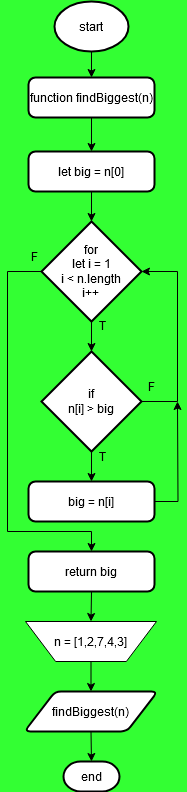
This is flowchart-diagram/find_the_biggest_algorithm.drawio.png from Destantomy/Dry-run-algorithm, a draw.io export, as it was before one commit. Source tidied: cells renumbered, new cells last; positions are measured from the earlier drawing's top-left corner, leaving out a move shared by most shapes. Its diagram source:
```xml
<mxGraphModel background="#33FF33">
  <root>
    <mxCell id="0" />
    <mxCell id="1" parent="0" />
    <mxCell id="2" style="edgeStyle=orthogonalEdgeStyle;rounded=0;jettySize=auto;html=1;exitX=0.5;exitY=1;exitDx=0;exitDy=0;exitPerimeter=0;entryX=0.5;entryY=0;entryDx=0;entryDy=0;" parent="1" edge="1" source="3" target="5">
      <mxGeometry relative="1" as="geometry" />
    </mxCell>
    <mxCell id="3" value="start" style="strokeWidth=2;html=1;shape=mxgraph.flowchart.start_1;whiteSpace=wrap;" parent="1" vertex="1">
      <mxGeometry x="47" width="74" height="50" as="geometry" />
    </mxCell>
    <mxCell id="4" style="edgeStyle=orthogonalEdgeStyle;rounded=0;jettySize=auto;html=1;exitX=0.5;exitY=1;exitDx=0;exitDy=0;entryX=0.5;entryY=0;entryDx=0;entryDy=0;" parent="1" edge="1" source="5" target="6">
      <mxGeometry relative="1" as="geometry" />
    </mxCell>
    <mxCell id="5" value="function findBiggest(n)" style="rounded=1;whiteSpace=wrap;html=1;absoluteArcSize=1;arcSize=14;strokeWidth=2;" parent="1" vertex="1">
      <mxGeometry x="21" y="76" width="126" height="40" as="geometry" />
    </mxCell>
    <mxCell id="6" value="let big = n[0]" style="rounded=1;whiteSpace=wrap;html=1;absoluteArcSize=1;arcSize=14;strokeWidth=2;" parent="1" vertex="1">
      <mxGeometry x="21" y="150" width="126" height="40" as="geometry" />
    </mxCell>
    <mxCell id="7" style="edgeStyle=orthogonalEdgeStyle;rounded=0;jettySize=auto;html=1;exitX=0;exitY=0.5;exitDx=0;exitDy=0;exitPerimeter=0;entryX=0.5;entryY=0;entryDx=0;entryDy=0;" parent="1" edge="1" source="8" target="14">
      <mxGeometry relative="1" as="geometry">
        <Array as="points">
          <mxPoint y="270" />
          <mxPoint y="530" />
          <mxPoint x="84" y="530" />
        </Array>
      </mxGeometry>
    </mxCell>
    <mxCell id="8" value="&lt;div&gt;for&lt;/div&gt;&lt;div&gt;let i = 1&lt;/div&gt;&lt;div&gt;i &amp;lt; n.length&lt;/div&gt;&lt;div&gt;i++&lt;br&gt;&lt;/div&gt;" style="strokeWidth=2;html=1;shape=mxgraph.flowchart.decision;whiteSpace=wrap;" parent="1" vertex="1">
      <mxGeometry x="34" y="220" width="100" height="100" as="geometry" />
    </mxCell>
    <mxCell id="9" style="edgeStyle=orthogonalEdgeStyle;rounded=0;jettySize=auto;html=1;exitX=0.5;exitY=1;exitDx=0;exitDy=0;exitPerimeter=0;entryX=0.5;entryY=0;entryDx=0;entryDy=0;" parent="1" edge="1" source="10" target="12">
      <mxGeometry relative="1" as="geometry" />
    </mxCell>
    <mxCell id="10" value="&lt;div&gt;if&lt;/div&gt;&lt;div&gt;n[i] &amp;gt; big&lt;br&gt;&lt;/div&gt;" style="strokeWidth=2;html=1;shape=mxgraph.flowchart.decision;whiteSpace=wrap;" parent="1" vertex="1">
      <mxGeometry x="34" y="350" width="100" height="100" as="geometry" />
    </mxCell>
    <mxCell id="11" style="edgeStyle=orthogonalEdgeStyle;rounded=0;jettySize=auto;html=1;exitX=1;exitY=0.5;exitDx=0;exitDy=0;" parent="1" edge="1" source="12">
      <mxGeometry relative="1" as="geometry">
        <mxPoint x="170" y="400" as="targetPoint" />
      </mxGeometry>
    </mxCell>
    <mxCell id="12" value="big = n[i]" style="rounded=1;whiteSpace=wrap;html=1;absoluteArcSize=1;arcSize=14;strokeWidth=2;" parent="1" vertex="1">
      <mxGeometry x="21" y="480" width="126" height="40" as="geometry" />
    </mxCell>
    <mxCell id="13" style="edgeStyle=orthogonalEdgeStyle;rounded=0;jettySize=auto;html=1;exitX=0.5;exitY=1;exitDx=0;exitDy=0;entryX=0.5;entryY=0;entryDx=0;entryDy=0;" parent="1" edge="1" source="14" target="16">
      <mxGeometry relative="1" as="geometry" />
    </mxCell>
    <mxCell id="14" value="return big" style="rounded=1;whiteSpace=wrap;html=1;absoluteArcSize=1;arcSize=14;strokeWidth=2;" parent="1" vertex="1">
      <mxGeometry x="21" y="550" width="126" height="40" as="geometry" />
    </mxCell>
    <mxCell id="15" style="edgeStyle=orthogonalEdgeStyle;rounded=0;jettySize=auto;html=1;exitX=0.5;exitY=1;exitDx=0;exitDy=0;entryX=0.5;entryY=0;entryDx=0;entryDy=0;" parent="1" edge="1" source="16" target="17">
      <mxGeometry relative="1" as="geometry" />
    </mxCell>
    <mxCell id="16" value="n = [1,2,7,4,3]" style="verticalLabelPosition=middle;verticalAlign=middle;html=1;shape=trapezoid;perimeter=trapezoidPerimeter;whiteSpace=wrap;size=0.23;arcSize=10;flipV=1;labelPosition=center;align=center;" parent="1" vertex="1">
      <mxGeometry x="18" y="620" width="131" height="40" as="geometry" />
    </mxCell>
    <mxCell id="17" value="findBiggest(n)" style="shape=parallelogram;html=1;strokeWidth=2;perimeter=parallelogramPerimeter;whiteSpace=wrap;rounded=1;arcSize=12;size=0.23;" parent="1" vertex="1">
      <mxGeometry x="17" y="690" width="133" height="40" as="geometry" />
    </mxCell>
    <mxCell id="18" value="end" style="strokeWidth=2;html=1;shape=mxgraph.flowchart.terminator;whiteSpace=wrap;" parent="1" vertex="1">
      <mxGeometry x="56" y="760" width="56" height="30" as="geometry" />
    </mxCell>
    <mxCell id="19" style="edgeStyle=orthogonalEdgeStyle;rounded=0;jettySize=auto;html=1;exitX=0.5;exitY=1;exitDx=0;exitDy=0;entryX=0.5;entryY=0;entryDx=0;entryDy=0;entryPerimeter=0;" parent="1" edge="1" source="6" target="8">
      <mxGeometry relative="1" as="geometry" />
    </mxCell>
    <mxCell id="20" style="edgeStyle=orthogonalEdgeStyle;rounded=0;jettySize=auto;html=1;exitX=0.5;exitY=1;exitDx=0;exitDy=0;exitPerimeter=0;entryX=0.5;entryY=0;entryDx=0;entryDy=0;entryPerimeter=0;" parent="1" edge="1" source="8" target="10">
      <mxGeometry relative="1" as="geometry" />
    </mxCell>
    <mxCell id="21" style="edgeStyle=orthogonalEdgeStyle;rounded=0;jettySize=auto;html=1;exitX=1;exitY=0.5;exitDx=0;exitDy=0;exitPerimeter=0;entryX=1;entryY=0.5;entryDx=0;entryDy=0;entryPerimeter=0;" parent="1" edge="1" source="10" target="8">
      <mxGeometry relative="1" as="geometry">
        <Array as="points">
          <mxPoint x="170" y="400" />
          <mxPoint x="170" y="270" />
        </Array>
      </mxGeometry>
    </mxCell>
    <mxCell id="22" style="edgeStyle=orthogonalEdgeStyle;rounded=0;jettySize=auto;html=1;exitX=0.5;exitY=1;exitDx=0;exitDy=0;entryX=0.5;entryY=0;entryDx=0;entryDy=0;entryPerimeter=0;" parent="1" edge="1" source="17" target="18">
      <mxGeometry relative="1" as="geometry" />
    </mxCell>
    <mxCell id="23" value="T" style="text;html=1;align=center;verticalAlign=middle;whiteSpace=wrap;rounded=0;" parent="1" vertex="1">
      <mxGeometry x="85" y="309" width="20" height="30" as="geometry" />
    </mxCell>
    <mxCell id="24" value="T" style="text;html=1;align=center;verticalAlign=middle;whiteSpace=wrap;rounded=0;" parent="1" vertex="1">
      <mxGeometry x="85" y="440" width="20" height="30" as="geometry" />
    </mxCell>
    <mxCell id="25" value="F" style="text;html=1;align=center;verticalAlign=middle;whiteSpace=wrap;rounded=0;" parent="1" vertex="1">
      <mxGeometry x="17" y="240" width="20" height="30" as="geometry" />
    </mxCell>
    <mxCell id="26" value="F" style="text;html=1;align=center;verticalAlign=middle;whiteSpace=wrap;rounded=0;" parent="1" vertex="1">
      <mxGeometry x="134" y="370" width="20" height="30" as="geometry" />
    </mxCell>
  </root>
</mxGraphModel>
```
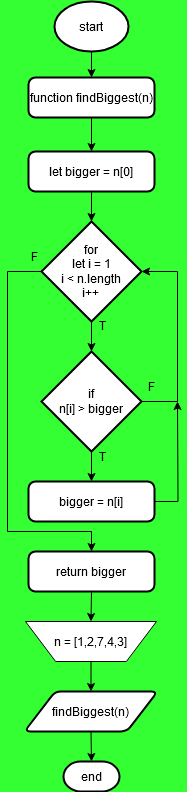
The same diagram one commit later.

Diff of the diagram source:
```diff
@@ -14,7 +14,7 @@
     <mxCell id="5" value="function findBiggest(n)" style="rounded=1;whiteSpace=wrap;html=1;absoluteArcSize=1;arcSize=14;strokeWidth=2;" parent="1" vertex="1">
       <mxGeometry x="21" y="76" width="126" height="40" as="geometry" />
     </mxCell>
-    <mxCell id="6" value="let big = n[0]" style="rounded=1;whiteSpace=wrap;html=1;absoluteArcSize=1;arcSize=14;strokeWidth=2;" parent="1" vertex="1">
+    <mxCell id="6" value="let bigger = n[0]" style="rounded=1;whiteSpace=wrap;html=1;absoluteArcSize=1;arcSize=14;strokeWidth=2;" parent="1" vertex="1">
       <mxGeometry x="21" y="150" width="126" height="40" as="geometry" />
     </mxCell>
     <mxCell id="7" style="edgeStyle=orthogonalEdgeStyle;rounded=0;jettySize=auto;html=1;exitX=0;exitY=0.5;exitDx=0;exitDy=0;exitPerimeter=0;entryX=0.5;entryY=0;entryDx=0;entryDy=0;" parent="1" edge="1" source="8" target="14">
@@ -32,7 +32,7 @@
     <mxCell id="9" style="edgeStyle=orthogonalEdgeStyle;rounded=0;jettySize=auto;html=1;exitX=0.5;exitY=1;exitDx=0;exitDy=0;exitPerimeter=0;entryX=0.5;entryY=0;entryDx=0;entryDy=0;" parent="1" edge="1" source="10" target="12">
       <mxGeometry relative="1" as="geometry" />
     </mxCell>
-    <mxCell id="10" value="&lt;div&gt;if&lt;/div&gt;&lt;div&gt;n[i] &amp;gt; big&lt;br&gt;&lt;/div&gt;" style="strokeWidth=2;html=1;shape=mxgraph.flowchart.decision;whiteSpace=wrap;" parent="1" vertex="1">
+    <mxCell id="10" value="&lt;div&gt;if&lt;/div&gt;&lt;div&gt;n[i] &amp;gt; bigger&lt;br&gt;&lt;/div&gt;" style="strokeWidth=2;html=1;shape=mxgraph.flowchart.decision;whiteSpace=wrap;" parent="1" vertex="1">
       <mxGeometry x="34" y="350" width="100" height="100" as="geometry" />
     </mxCell>
     <mxCell id="11" style="edgeStyle=orthogonalEdgeStyle;rounded=0;jettySize=auto;html=1;exitX=1;exitY=0.5;exitDx=0;exitDy=0;" parent="1" edge="1" source="12">
@@ -40,13 +40,13 @@
         <mxPoint x="170" y="400" as="targetPoint" />
       </mxGeometry>
     </mxCell>
-    <mxCell id="12" value="big = n[i]" style="rounded=1;whiteSpace=wrap;html=1;absoluteArcSize=1;arcSize=14;strokeWidth=2;" parent="1" vertex="1">
+    <mxCell id="12" value="bigger = n[i]" style="rounded=1;whiteSpace=wrap;html=1;absoluteArcSize=1;arcSize=14;strokeWidth=2;" parent="1" vertex="1">
       <mxGeometry x="21" y="480" width="126" height="40" as="geometry" />
     </mxCell>
     <mxCell id="13" style="edgeStyle=orthogonalEdgeStyle;rounded=0;jettySize=auto;html=1;exitX=0.5;exitY=1;exitDx=0;exitDy=0;entryX=0.5;entryY=0;entryDx=0;entryDy=0;" parent="1" edge="1" source="14" target="16">
       <mxGeometry relative="1" as="geometry" />
     </mxCell>
-    <mxCell id="14" value="return big" style="rounded=1;whiteSpace=wrap;html=1;absoluteArcSize=1;arcSize=14;strokeWidth=2;" parent="1" vertex="1">
+    <mxCell id="14" value="return bigger" style="rounded=1;whiteSpace=wrap;html=1;absoluteArcSize=1;arcSize=14;strokeWidth=2;" parent="1" vertex="1">
       <mxGeometry x="21" y="550" width="126" height="40" as="geometry" />
     </mxCell>
     <mxCell id="15" style="edgeStyle=orthogonalEdgeStyle;rounded=0;jettySize=auto;html=1;exitX=0.5;exitY=1;exitDx=0;exitDy=0;entryX=0.5;entryY=0;entryDx=0;entryDy=0;" parent="1" edge="1" source="16" target="17">
```
